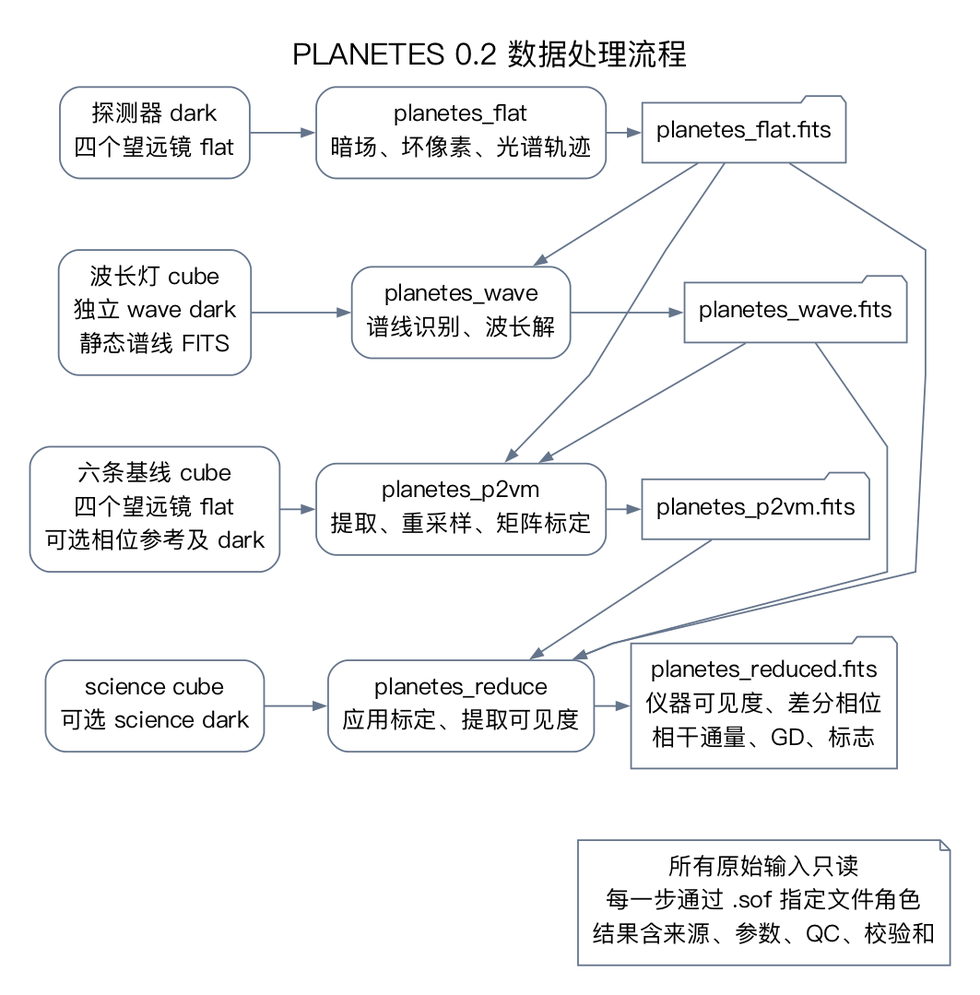
The Graphviz diagram docs/dataflow.png in zexwu/planetes_pipe, before a commit. Its source is kept beside it as docs/dataflow.dot.
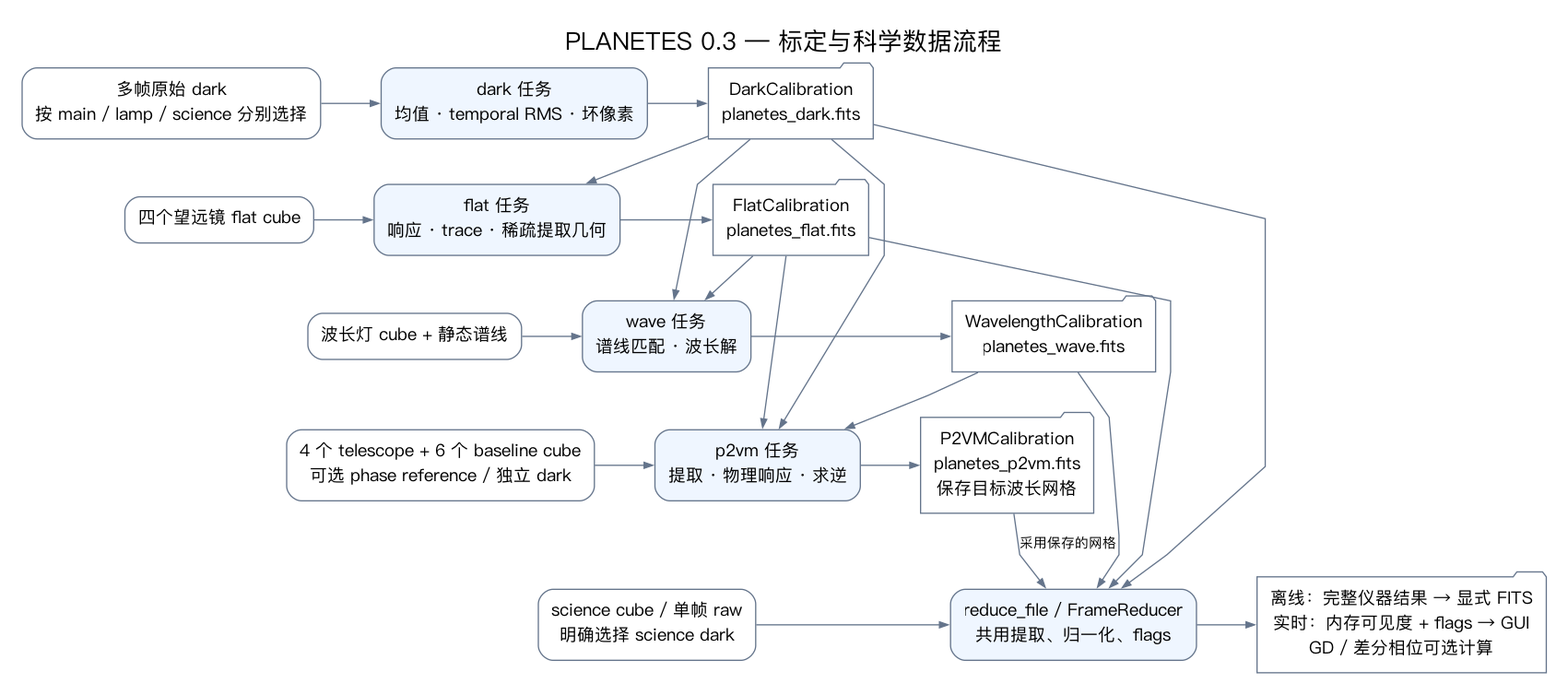
After the commit.

The edit, as a diff of the source:
```diff
@@ -1,35 +1,42 @@
 digraph Dataflow {
-  graph [rankdir=TB, bgcolor="white", pad=0.25, nodesep=0.3, ranksep=0.6, splines=polyline, fontname="PingFang SC", fontsize=18, label="PLANETES 0.2 数据处理流程", labelloc=t];
-  node [shape=box, style="rounded", fontname="PingFang SC", fontsize=14, color="#64748b", margin="0.12,0.1"];
+  graph [rankdir=TB, bgcolor="white", pad=0.25, nodesep=0.35, ranksep=0.5, splines=polyline, fontname="PingFang SC", fontsize=20, label="PLANETES 0.3 — 标定与科学数据流程", labelloc=t];
+  node [shape=box, style="rounded", fontname="PingFang SC", fontsize=14, color="#64748b", margin="0.15,0.12"];
   edge [fontname="PingFang SC", fontsize=11, color="#64748b", arrowsize=0.7];
-  rawflat [label="探测器 dark\n四个望远镜 flat", group=raw];
-  flat [label="planetes_flat\n暗场、坏像素、光谱轨迹", group=recipe];
-  flatfits [label="planetes_flat.fits", shape=folder, group=product];
-  rawwave [label="波长灯 cube\n独立 wave dark\n静态谱线 FITS", group=raw];
-  wave [label="planetes_wave\n谱线识别、波长解", group=recipe];
-  wavefits [label="planetes_wave.fits", shape=folder, group=product];
-  rawp2vm [label="六条基线 cube\n四个望远镜 flat\n可选相位参考及 dark", group=raw];
-  p2vm [label="planetes_p2vm\n提取、重采样、矩阵标定", group=recipe];
-  p2vmfits [label="planetes_p2vm.fits", shape=folder, group=product];
-  rawsci [label="science cube\n可选 science dark", group=raw];
-  reduce [label="planetes_reduce\n应用标定、提取可见度", group=recipe];
-  sciencefits [label="planetes_reduced.fits\n仪器可见度、差分相位\n相干通量、GD、标志", shape=folder, group=product];
+  rawdark [label="多帧原始 dark\n按 main / lamp / science 分别选择"];
+  dark [label="dark 任务\n均值 · temporal RMS · 坏像素", style="rounded,filled", fillcolor="#eff6ff"];
+  darkfits [label="DarkCalibration\nplanetes_dark.fits", shape=folder];
+  rawflat [label="四个望远镜 flat cube"];
+  flat [label="flat 任务\n响应 · trace · 稀疏提取几何", style="rounded,filled", fillcolor="#eff6ff"];
+  flatfits [label="FlatCalibration\nplanetes_flat.fits", shape=folder];
+  rawwave [label="波长灯 cube + 静态谱线"];
+  wave [label="wave 任务\n谱线匹配 · 波长解", style="rounded,filled", fillcolor="#eff6ff"];
+  wavefits [label="WavelengthCalibration\nplanetes_wave.fits", shape=folder];
+  rawp2vm [label="4 个 telescope + 6 个 baseline cube\n可选 phase reference / 独立 dark"];
+  p2vm [label="p2vm 任务\n提取 · 物理响应 · 求逆", style="rounded,filled", fillcolor="#eff6ff"];
+  p2vmfits [label="P2VMCalibration\nplanetes_p2vm.fits\n保存目标波长网格", shape=folder];
+  rawscience [label="science cube / 单帧 raw\n明确选择 science dark"];
+  science [label="reduce_file / FrameReducer\n共用提取、归一化、flags", style="rounded,filled", fillcolor="#eff6ff"];
+  results [label="离线：完整仪器结果 → 显式 FITS\n实时：内存可见度 + flags → GUI\nGD / 差分相位可选计算", shape=folder];
+  {rank=same; rawdark; dark; darkfits;}
   {rank=same; rawflat; flat; flatfits;}
   {rank=same; rawwave; wave; wavefits;}
   {rank=same; rawp2vm; p2vm; p2vmfits;}
-  {rank=same; rawsci; reduce; sciencefits;}
+  {rank=same; rawscience; science; results;}
+  rawdark -> dark -> darkfits;
   rawflat -> flat -> flatfits;
   rawwave -> wave -> wavefits;
   rawp2vm -> p2vm -> p2vmfits;
-  rawsci -> reduce -> sciencefits;
+  rawscience -> science -> results;
+  darkfits -> flat;
+  darkfits -> wave;
+  darkfits -> p2vm;
+  darkfits -> science;
   flatfits -> wave;
   flatfits -> p2vm;
+  flatfits -> science;
   wavefits -> p2vm;
-  flatfits -> reduce;
-  wavefits -> reduce;
-  p2vmfits -> reduce;
-  rawflat -> rawwave -> rawp2vm -> rawsci [style=invis];
-  flat -> wave -> p2vm -> reduce [style=invis];
-  note [label="所有原始输入只读\n每一步通过 .sof 指定文件角色\n结果含来源、参数、QC、校验和", shape=note];
-  sciencefits -> note [style=invis];
+  wavefits -> science;
+  p2vmfits -> science [label="采用保存的网格"];
+  rawdark -> rawflat -> rawwave -> rawp2vm -> rawscience [style=invis];
+  dark -> flat -> wave -> p2vm -> science [style=invis];
 }
```
